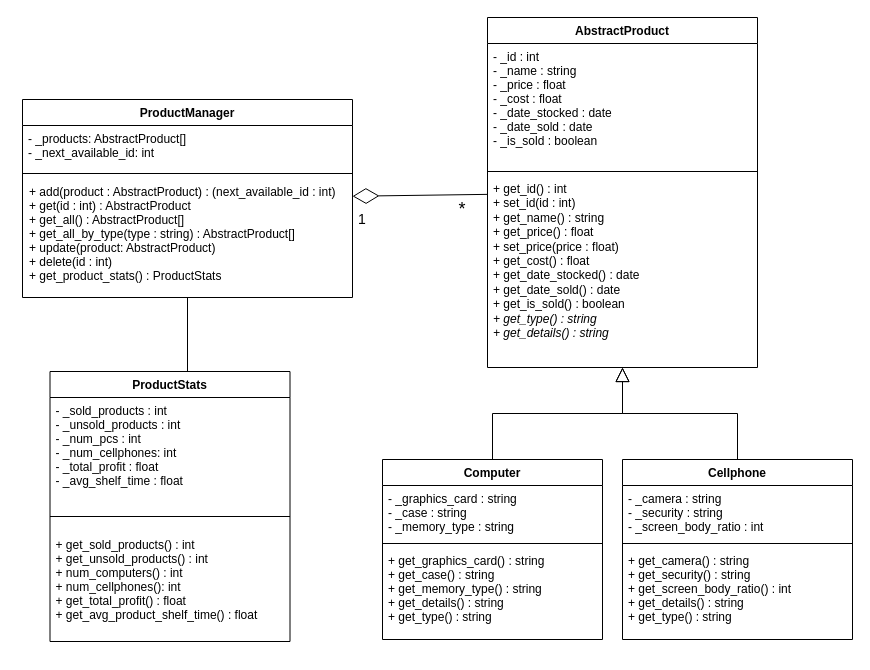
This is PythonUMLDiagram_New.drawio from paulc100/Python-InventoryManagement-Project, a draw.io file, before an edit. Source tidied: cells renumbered, new cells numbered last; positions are measured from the earlier drawing's top-left corner, leaving out a move shared by most shapes. Both pictures are drawn from the tidied source at 100%, with x=0, y=0 at pixel (22, 17).
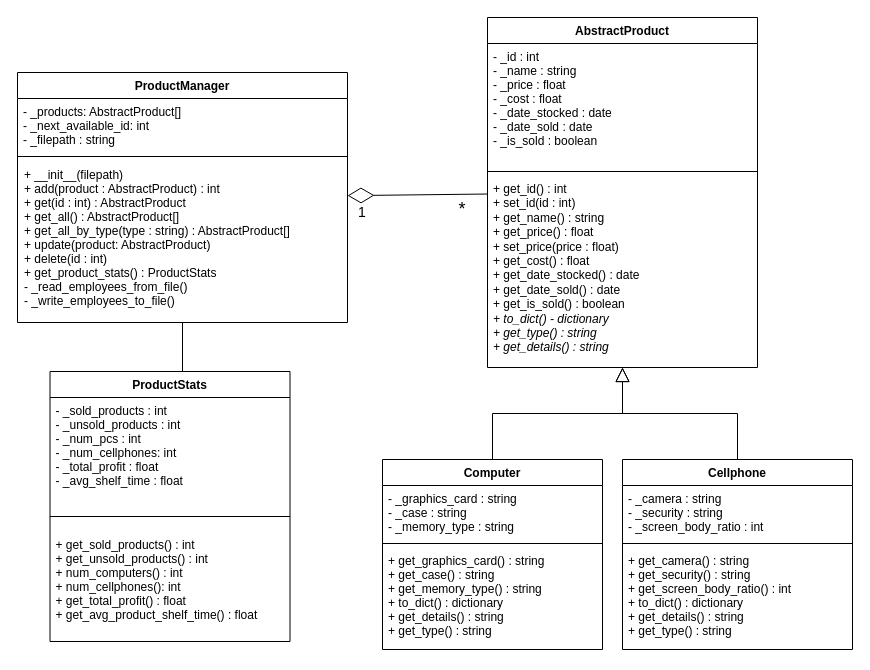
Above is the later version.

The change refers to these unchanged cells:
```xml
<mxCell id="10" value="AbstractProduct" style="swimlane;fontStyle=1;align=center;verticalAlign=top;horizontal=1;startSize=26;" parent="1" vertex="1">
  <mxGeometry x="465" width="270" height="350" as="geometry" />
</mxCell>
```

What changed in the source:
```diff
@@
     <mxCell id="2" value="ProductManager" style="swimlane;fontStyle=1;align=center;verticalAlign=top;horizontal=1;startSize=26;" parent="1" vertex="1">
-      <mxGeometry y="82" width="330" height="198" as="geometry" />
+      <mxGeometry x="-5" y="55" width="330" height="250" as="geometry" />
     </mxCell>
-    <mxCell id="3" value="- _products: AbstractProduct[]&#10;- _next_available_id: int" style="text;strokeColor=none;fillColor=none;align=left;verticalAlign=top;spacingLeft=4;spacingRight=4;overflow=hidden;" parent="2" vertex="1">
-      <mxGeometry y="26" width="330" height="44" as="geometry" />
+    <mxCell id="3" value="- _products: AbstractProduct[]&#10;- _next_available_id: int&#10;- _filepath : string" style="text;strokeColor=none;fillColor=none;align=left;verticalAlign=top;spacingLeft=4;spacingRight=4;overflow=hidden;" parent="2" vertex="1">
+      <mxGeometry y="26" width="330" height="54" as="geometry" />
     </mxCell>
     <mxCell id="4" style="line;strokeWidth=1;fillColor=none;align=left;verticalAlign=middle;spacingTop=-1;spacingLeft=3;spacingRight=3;labelPosition=right;" parent="2" vertex="1">
-      <mxGeometry y="70" width="330" height="8" as="geometry" />
+      <mxGeometry y="80" width="330" height="8" as="geometry" />
     </mxCell>
-    <mxCell id="5" value="+ add(product : AbstractProduct) : (next_available_id : int)&#10;+ get(id : int) : AbstractProduct&#10;+ get_all() : AbstractProduct[]  &#10;+ get_all_by_type(type : string) : AbstractProduct[]&#10;+ update(product: AbstractProduct) &#10;+ delete(id : int)&#10;+ get_product_stats() : ProductStats" style="text;strokeColor=none;fillColor=none;align=left;verticalAlign=top;spacingLeft=4;spacingRight=4;overflow=hidden;spacing=3;" parent="2" vertex="1">
-      <mxGeometry y="78" width="330" height="120" as="geometry" />
+    <mxCell id="5" value="+ __init__(filepath)&#10;+ add(product : AbstractProduct) : int&#10;+ get(id : int) : AbstractProduct&#10;+ get_all() : AbstractProduct[]  &#10;+ get_all_by_type(type : string) : AbstractProduct[]&#10;+ update(product: AbstractProduct) &#10;+ delete(id : int)&#10;+ get_product_stats() : ProductStats&#10;- _read_employees_from_file()&#10;- _write_employees_to_file()" style="text;strokeColor=none;fillColor=none;align=left;verticalAlign=top;spacingLeft=4;spacingRight=4;overflow=hidden;spacing=3;" parent="2" vertex="1">
+      <mxGeometry y="88" width="330" height="162" as="geometry" />
     </mxCell>
@@
-    <mxCell id="13" value="+ get_id() : int&lt;br&gt;+ set_id(id : int)&lt;br&gt;+ get_name() : string&lt;br&gt;+ get_price() : float&lt;br&gt;+ set_price(price : float)&lt;br&gt;+ get_cost() : float&lt;br&gt;+ get_date_stocked() : date&lt;br&gt;+ get_date_sold() : date&lt;br&gt;+ get_is_sold() : boolean&lt;br&gt;&lt;i&gt;+ get_type() : string&lt;br&gt;+ get_details() : string&lt;/i&gt;" style="text;strokeColor=none;fillColor=none;align=left;verticalAlign=top;spacingLeft=4;spacingRight=4;overflow=hidden;html=1;" parent="10" vertex="1">
+    <mxCell id="13" value="+ get_id() : int&lt;br&gt;+ set_id(id : int)&lt;br&gt;+ get_name() : string&lt;br&gt;+ get_price() : float&lt;br&gt;+ set_price(price : float)&lt;br&gt;+ get_cost() : float&lt;br&gt;+ get_date_stocked() : date&lt;br&gt;+ get_date_sold() : date&lt;br&gt;+ get_is_sold() : boolean&lt;br&gt;&lt;i&gt;+ to_dict() - dictionary&lt;br&gt;+ get_type() : string&lt;br&gt;+ get_details() : string&lt;/i&gt;" style="text;strokeColor=none;fillColor=none;align=left;verticalAlign=top;spacingLeft=4;spacingRight=4;overflow=hidden;html=1;" parent="10" vertex="1">
       <mxGeometry y="158" width="270" height="192" as="geometry" />
     </mxCell>
     <mxCell id="14" value="Computer" style="swimlane;fontStyle=1;align=center;verticalAlign=top;horizontal=1;startSize=26;" parent="1" vertex="1">
-      <mxGeometry x="360" y="442" width="220" height="180" as="geometry" />
+      <mxGeometry x="360" y="442" width="220" height="190" as="geometry" />
     </mxCell>
@@
-    <mxCell id="17" value="+ get_graphics_card() : string&#10;+ get_case() : string&#10;+ get_memory_type() : string&#10;+ get_details() : string&#10;+ get_type() : string" style="text;strokeColor=none;fillColor=none;align=left;verticalAlign=top;spacingLeft=4;spacingRight=4;overflow=hidden;" parent="14" vertex="1">
-      <mxGeometry y="88" width="220" height="92" as="geometry" />
+    <mxCell id="17" value="+ get_graphics_card() : string&#10;+ get_case() : string&#10;+ get_memory_type() : string&#10;+ to_dict() : dictionary&#10;+ get_details() : string&#10;+ get_type() : string" style="text;strokeColor=none;fillColor=none;align=left;verticalAlign=top;spacingLeft=4;spacingRight=4;overflow=hidden;" parent="14" vertex="1">
+      <mxGeometry y="88" width="220" height="102" as="geometry" />
     </mxCell>
     <mxCell id="18" value="Cellphone" style="swimlane;fontStyle=1;align=center;verticalAlign=top;horizontal=1;startSize=26;" parent="1" vertex="1">
-      <mxGeometry x="600" y="442" width="230" height="180" as="geometry" />
+      <mxGeometry x="600" y="442" width="230" height="190" as="geometry" />
     </mxCell>
@@
-    <mxCell id="21" value="+ get_camera() : string&#10;+ get_security() : string&#10;+ get_screen_body_ratio() : int&#10;+ get_details() : string&#10;+ get_type() : string" style="text;strokeColor=none;fillColor=none;align=left;verticalAlign=top;spacingLeft=4;spacingRight=4;overflow=hidden;" parent="18" vertex="1">
-      <mxGeometry y="88" width="230" height="92" as="geometry" />
+    <mxCell id="21" value="+ get_camera() : string&#10;+ get_security() : string&#10;+ get_screen_body_ratio() : int&#10;+ to_dict() : dictionary&#10;+ get_details() : string&#10;+ get_type() : string" style="text;strokeColor=none;fillColor=none;align=left;verticalAlign=top;spacingLeft=4;spacingRight=4;overflow=hidden;" parent="18" vertex="1">
+      <mxGeometry y="88" width="230" height="102" as="geometry" />
     </mxCell>
@@
     <mxCell id="26" value="&lt;font style=&quot;font-size: 14px&quot;&gt;1&lt;/font&gt;" style="text;html=1;strokeColor=none;fillColor=none;align=center;verticalAlign=middle;whiteSpace=wrap;rounded=0;" parent="1" vertex="1">
-      <mxGeometry x="325" y="192" width="30" height="20" as="geometry" />
+      <mxGeometry x="325" y="185" width="30" height="20" as="geometry" />
     </mxCell>
```
